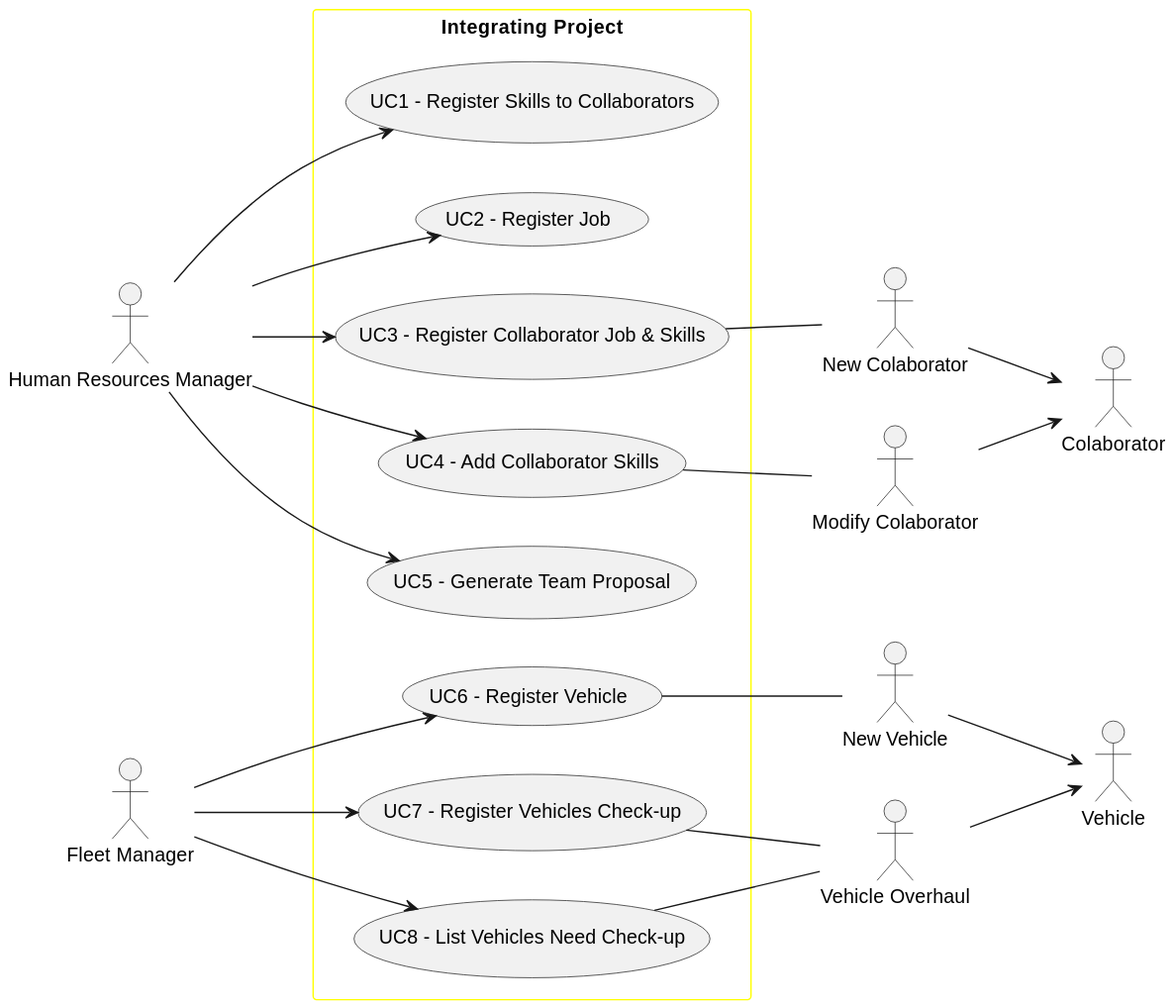
Before: docs/sprint2/global-artifacts/01.requirements-engineering/svg/use-case-diagram.svg, a diagram exported from PlantUML (1231360-ISEP/lei-24-s2-1db-g021).
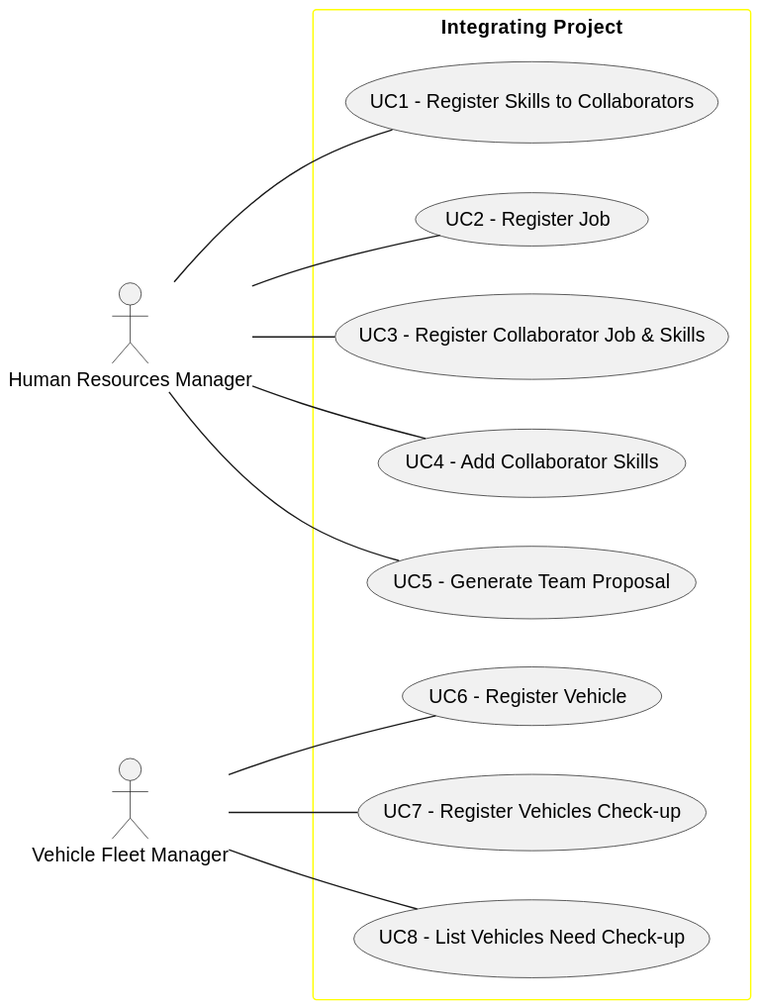
The same file after the commit.

The edit, as a diff of the source:
```diff
@@ -6,42 +6,25 @@
 }
 
 actor "Human Resources Manager" as HRM
-actor  "Fleet Manager" as FM
+actor  "Vehicle Fleet Manager" as VFM
 left to right direction
 
 rectangle "Integrating Project" as actors {
         usecase "UC1 - Register Skills to Collaborators" as UC1
-        HRM --> UC1
+        HRM -- UC1
         usecase "UC2 - Register Job" as UC2
-        HRM --> UC2
+        HRM -- UC2
         usecase "UC3 - Register Collaborator Job & Skills" as UC3
-        HRM --> UC3
+        HRM -- UC3
         usecase "UC4 - Add Collaborator Skills" as UC4
-        HRM --> UC4
+        HRM -- UC4
         usecase "UC5 - Generate Team Proposal" as UC5
-        HRM --> UC5
+        HRM -- UC5
         usecase "UC6 - Register Vehicle" as UC6
-        FM --> UC6
+        VFM -- UC6
         usecase "UC7 - Register Vehicles Check-up" as UC7
-        FM --> UC7
+        VFM -- UC7
         usecase "UC8 - List Vehicles Need Check-up" as UC8
-        FM --> UC8
+        VFM -- UC8
 }
-
-left to right direction
-actor "New Colaborator" as New_Colaborator
-UC3 -- New_Colaborator
-actor "Modify Colaborator" as Modify_Colaborator
-UC4 -- Modify_Colaborator
-actor Colaborator
-New_Colaborator --> Colaborator
-Modify_Colaborator --> Colaborator
-actor "New Vehicle" as New_Vehicle
-UC6 -- New_Vehicle
-actor "Vehicle Overhaul" as Vehicle_Overhaul
-UC7 -- Vehicle_Overhaul
-UC8 -- Vehicle_Overhaul
-actor Vehicle
-New_Vehicle --> Vehicle
-Vehicle_Overhaul --> Vehicle
 @enduml
```
